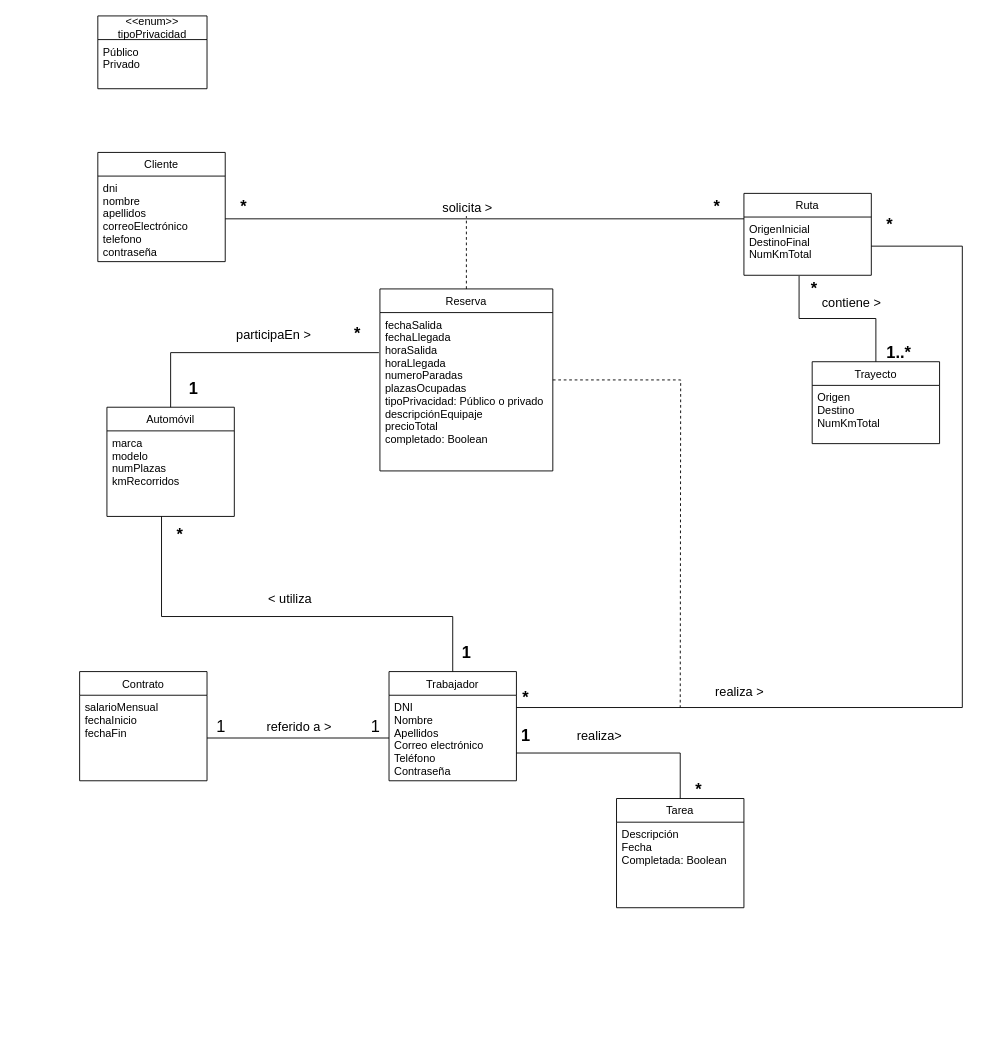
Earlier version of the draw.io diagram UML clase flotante.drawio (gii-is-DP1/dp1-2020-g2-3). Source tidied: cells renumbered, new cells numbered last; positions are measured from the earlier drawing's top-left corner, leaving out a move shared by most shapes. Both pictures are drawn from the tidied source at 91%, with x=0, y=0 at pixel (79, 15).
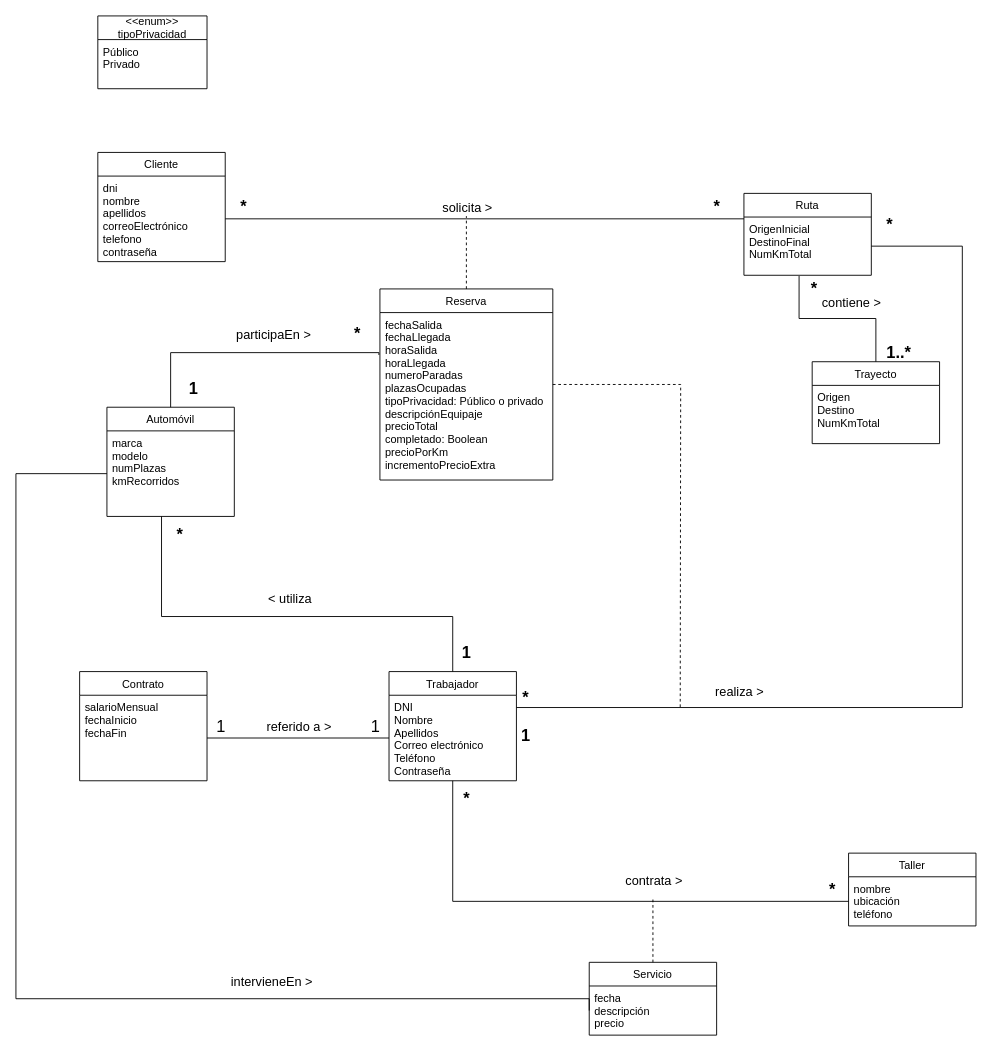
The same diagram, later.

Unchanged cells that the change refers to:
```xml
<mxCell id="11" value="Trabajador" style="swimlane;fontStyle=0;horizontal=1;startSize=26;fillColor=none;" parent="1" vertex="1">
  <mxGeometry x="340" y="720.5" width="140" height="120" as="geometry" />
</mxCell>
<mxCell id="24" value="marca&#10;modelo&#10;numPlazas&#10;kmRecorridos" style="text;strokeColor=none;fillColor=none;align=left;verticalAlign=top;spacingLeft=4;spacingRight=4;overflow=hidden;points=[[0,0.5],[1,0.5]];portConstraint=eastwest;" parent="23" vertex="1">
  <mxGeometry y="26" width="140" height="94" as="geometry" />
</mxCell>
```

The edit, as a diff of the source:
```diff
@@
-    <mxCell id="10" style="edgeStyle=orthogonalEdgeStyle;rounded=0;jettySize=auto;html=1;entryX=0.5;entryY=0;entryDx=0;entryDy=0;endArrow=none;endFill=0;" parent="1" edge="1" source="11" target="45">
-      <mxGeometry relative="1" as="geometry">
-        <Array as="points">
-          <mxPoint x="660" y="810" />
-        </Array>
-      </mxGeometry>
-    </mxCell>
+    <mxCell id="50" style="edgeStyle=orthogonalEdgeStyle;rounded=0;jettySize=auto;html=1;entryX=0;entryY=0.5;entryDx=0;entryDy=0;endArrow=none;endFill=0;" parent="1" edge="1" source="11" target="52">
+      <mxGeometry relative="1" as="geometry" />
+    </mxCell>
@@
     <mxCell id="27" value="Reserva" style="swimlane;fontStyle=0;horizontal=1;startSize=26;fillColor=none;" parent="1" vertex="1">
-      <mxGeometry x="330" y="300" width="190" height="200" as="geometry" />
+      <mxGeometry x="330" y="300" width="190" height="210" as="geometry" />
     </mxCell>
-    <mxCell id="28" value="fechaSalida&#10;fechaLlegada&#10;horaSalida&#10;horaLlegada&#10;numeroParadas&#10;plazasOcupadas&#10;tipoPrivacidad: Público o privado&#10;descripciónEquipaje&#10;precioTotal&#10;completado: Boolean" style="text;strokeColor=none;fillColor=none;align=left;verticalAlign=top;spacingLeft=4;spacingRight=4;overflow=hidden;points=[[0,0.5],[1,0.5]];portConstraint=eastwest;" parent="27" vertex="1">
-      <mxGeometry y="26" width="190" height="174" as="geometry" />
+    <mxCell id="28" value="fechaSalida&#10;fechaLlegada&#10;horaSalida&#10;horaLlegada&#10;numeroParadas&#10;plazasOcupadas&#10;tipoPrivacidad: Público o privado&#10;descripciónEquipaje&#10;precioTotal&#10;completado: Boolean&#10;precioPorKm&#10;incrementoPrecioExtra" style="text;strokeColor=none;fillColor=none;align=left;verticalAlign=top;spacingLeft=4;spacingRight=4;overflow=hidden;points=[[0,0.5],[1,0.5]];portConstraint=eastwest;" parent="27" vertex="1">
+      <mxGeometry y="26" width="190" height="184" as="geometry" />
     </mxCell>
@@
-    <mxCell id="45" value="Tarea" style="swimlane;fontStyle=0;horizontal=1;startSize=26;fillColor=none;" parent="1" vertex="1">
-      <mxGeometry x="590" y="860" width="140" height="120" as="geometry" />
-    </mxCell>
-    <mxCell id="46" value="Descripción&#10;Fecha&#10;Completada: Boolean" style="text;strokeColor=none;fillColor=none;align=left;verticalAlign=top;spacingLeft=4;spacingRight=4;overflow=hidden;" parent="45" vertex="1">
-      <mxGeometry y="26" width="140" height="94" as="geometry" />
-    </mxCell>
-    <mxCell id="47" value="&lt;font style=&quot;font-size: 14px&quot;&gt;realiza&amp;gt;&lt;/font&gt;" style="edgeLabel;html=1;align=center;verticalAlign=middle;" parent="1" vertex="1">
-      <mxGeometry x="570" y="790.5" as="geometry" />
-    </mxCell>
-    <mxCell id="48" value="&lt;font style=&quot;font-size: 18px&quot;&gt;&lt;b&gt;*&lt;/b&gt;&lt;/font&gt;" style="text;html=1;align=center;verticalAlign=middle;" parent="1" vertex="1">
-      <mxGeometry x="670" y="840.5" width="20" height="20" as="geometry" />
-    </mxCell>
@@
+    <mxCell id="51" value="Taller" style="swimlane;fontStyle=0;horizontal=1;startSize=26;fillColor=none;" parent="1" vertex="1">
+      <mxGeometry x="845" y="920" width="140" height="80" as="geometry" />
+    </mxCell>
+    <mxCell id="52" value="nombre&#10;ubicación&#10;teléfono" style="text;strokeColor=none;fillColor=none;align=left;verticalAlign=top;spacingLeft=4;spacingRight=4;overflow=hidden;points=[[0,0.5],[1,0.5]];portConstraint=eastwest;" parent="51" vertex="1">
+      <mxGeometry y="26" width="140" height="54" as="geometry" />
+    </mxCell>
+    <mxCell id="53" style="edgeStyle=orthogonalEdgeStyle;rounded=0;jettySize=auto;html=1;endArrow=none;endFill=0;dashed=1;" parent="1" edge="1" source="54">
+      <mxGeometry relative="1" as="geometry">
+        <mxPoint x="630" y="970" as="targetPoint" />
+      </mxGeometry>
+    </mxCell>
+    <mxCell id="54" value="Servicio" style="swimlane;fontStyle=0;horizontal=1;startSize=26;fillColor=none;" parent="1" vertex="1">
+      <mxGeometry x="560" y="1040" width="140" height="80" as="geometry" />
+    </mxCell>
+    <mxCell id="55" value="fecha&#10;descripción&#10;precio" style="text;strokeColor=none;fillColor=none;align=left;verticalAlign=top;spacingLeft=4;spacingRight=4;overflow=hidden;points=[[0,0.5],[1,0.5]];portConstraint=eastwest;" parent="54" vertex="1">
+      <mxGeometry y="26" width="140" height="54" as="geometry" />
+    </mxCell>
+    <mxCell id="56" value="&lt;font style=&quot;font-size: 18px&quot;&gt;&lt;b&gt;*&lt;/b&gt;&lt;/font&gt;" style="text;html=1;align=center;verticalAlign=middle;" parent="1" vertex="1">
+      <mxGeometry x="415" y="850" width="20" height="20" as="geometry" />
+    </mxCell>
+    <mxCell id="57" value="&lt;font style=&quot;font-size: 18px&quot;&gt;&lt;b&gt;*&lt;/b&gt;&lt;/font&gt;" style="text;html=1;align=center;verticalAlign=middle;" parent="1" vertex="1">
+      <mxGeometry x="817" y="950" width="20" height="20" as="geometry" />
+    </mxCell>
+    <mxCell id="58" value="&lt;font style=&quot;font-size: 14px&quot;&gt;contrata &amp;gt;&lt;/font&gt;" style="edgeLabel;html=1;align=center;verticalAlign=middle;" parent="1" vertex="1">
+      <mxGeometry x="630" y="950" as="geometry" />
+    </mxCell>
+    <mxCell id="59" style="edgeStyle=orthogonalEdgeStyle;rounded=0;jettySize=auto;html=1;entryX=0;entryY=0.5;entryDx=0;entryDy=0;endArrow=none;endFill=0;" parent="1" edge="1" source="24" target="55">
+      <mxGeometry relative="1" as="geometry">
+        <Array as="points">
+          <mxPoint x="-70" y="503" />
+          <mxPoint x="-70" y="1080" />
+          <mxPoint x="560" y="1080" />
+        </Array>
+      </mxGeometry>
+    </mxCell>
+    <mxCell id="60" value="&lt;font style=&quot;font-size: 14px&quot;&gt;intervieneEn &amp;gt;&lt;/font&gt;" style="edgeLabel;html=1;align=center;verticalAlign=middle;" parent="1" vertex="1">
+      <mxGeometry x="210" y="1060" as="geometry" />
+    </mxCell>
```
